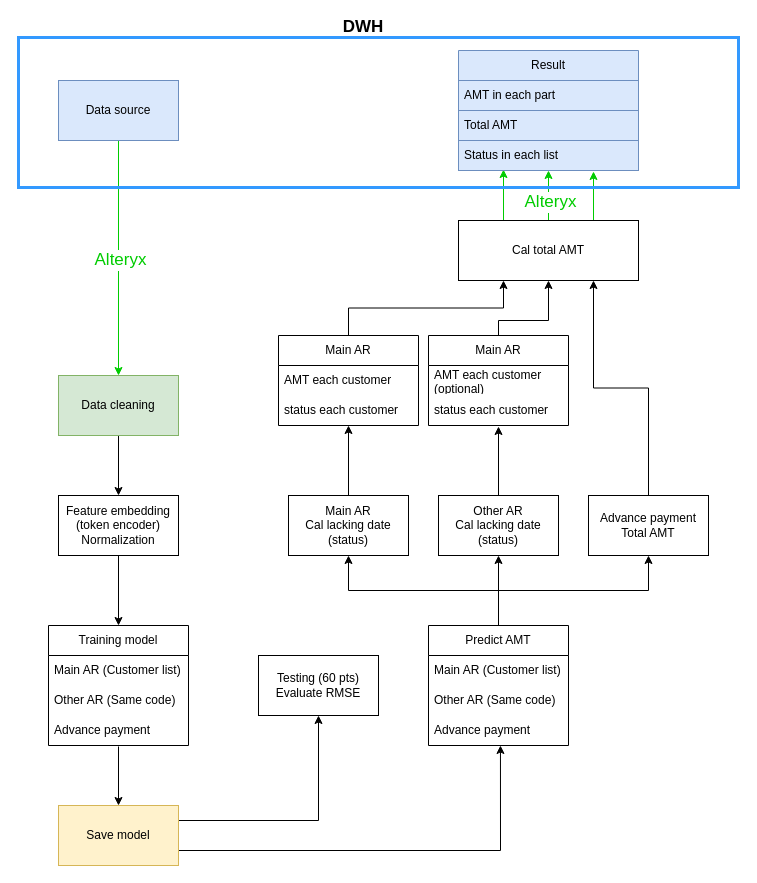
Before: page "Page-4" (4 of 4) of Architecture.drawio in MingNarongthat/Anomaly_Transformers, a draw.io diagram. Source tidied: cells renumbered, new cells numbered last; positions are measured from the earlier drawing's top-left corner, leaving out a move shared by most shapes. Both pictures are drawn from the tidied source at 100%, with x=0, y=0 at pixel (18, 17).
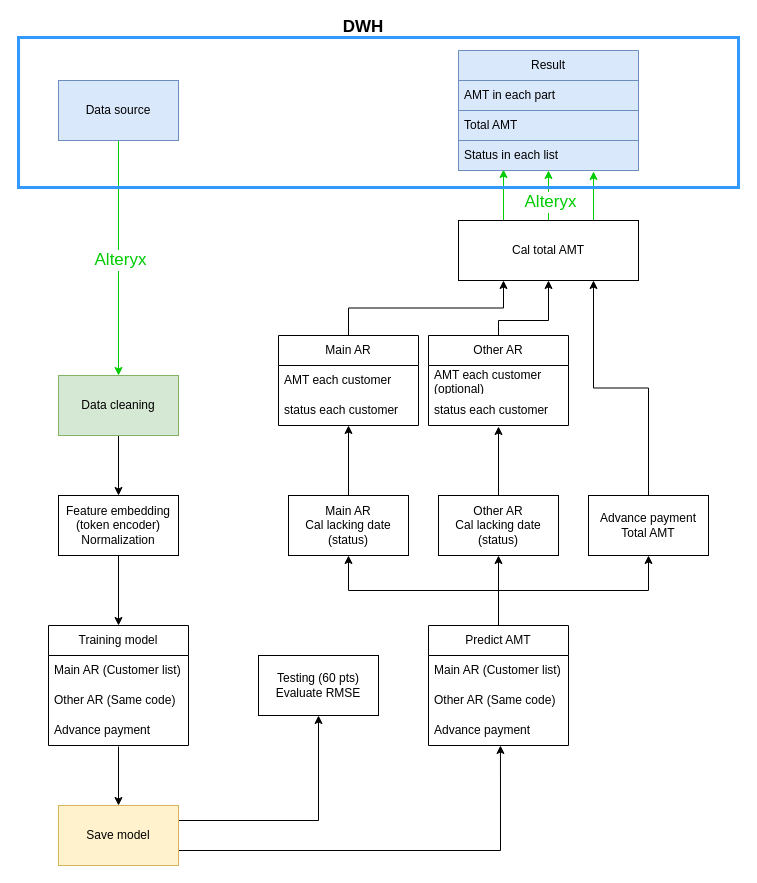
After the change.

Diff of the diagram source:
```diff
@@
-    <mxCell id="40" value="Main AR" style="swimlane;fontStyle=0;horizontal=1;startSize=30;whiteSpace=wrap;html=1;" parent="1" vertex="1">
+    <mxCell id="40" value="Other AR" style="swimlane;fontStyle=0;horizontal=1;startSize=30;whiteSpace=wrap;html=1;" parent="1" vertex="1">
       <mxGeometry x="410" y="318" width="140" height="90" as="geometry" />
     </mxCell>
```
